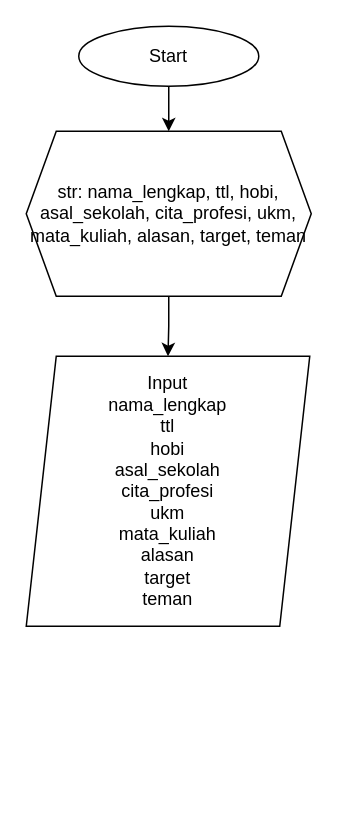
Above: AFL1_arsiskom.drawio in 1nnocentia/Flowchart (draw.io), before the change. Source tidied: cells renumbered, new cells numbered last; positions are measured from the earlier drawing's top-left corner, leaving out a move shared by most shapes. Both pictures are drawn from the tidied source at 150%, with x=0, y=0 at pixel (26, 26).
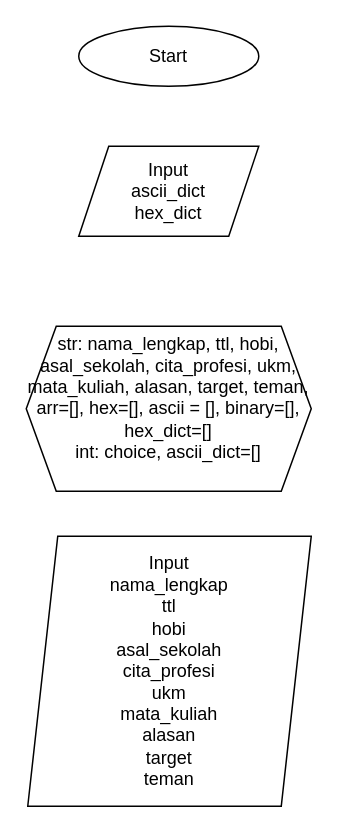
The same page after the edit.

Diff of the diagram source:
```diff
@@
 <mxGraphModel>
   <root>
     <mxCell id="0" />
     <mxCell id="1" parent="0" />
-    <mxCell id="2" style="edgeStyle=orthogonalEdgeStyle;rounded=0;jettySize=auto;html=1;" parent="1" edge="1" source="3" target="5">
-      <mxGeometry relative="1" as="geometry" />
-    </mxCell>
     <mxCell id="3" value="Start" style="ellipse;whiteSpace=wrap;html=1;" parent="1" vertex="1">
       <mxGeometry x="35" width="120" height="40" as="geometry" />
     </mxCell>
-    <mxCell id="4" style="edgeStyle=orthogonalEdgeStyle;rounded=0;jettySize=auto;html=1;" parent="1" edge="1" source="5" target="6">
-      <mxGeometry relative="1" as="geometry" />
-    </mxCell>
-    <mxCell id="5" value="str: nama_lengkap, ttl, hobi, asal_sekolah, cita_profesi, ukm, mata_kuliah, alasan, target, teman" style="shape=hexagon;perimeter=hexagonPerimeter2;whiteSpace=wrap;html=1;fixedSize=1;" parent="1" vertex="1">
-      <mxGeometry y="70" width="190" height="110" as="geometry" />
+    <mxCell id="5" value="&lt;div&gt;str: nama_lengkap, ttl, hobi, asal_sekolah, cita_profesi, ukm, mata_kuliah, alasan, target, teman, arr=[], hex=[], ascii = [], binary=[], hex_dict=[]&lt;/div&gt;&lt;div&gt;int: choice, ascii_dict=[]&lt;/div&gt;&lt;div&gt;&lt;br&gt;&lt;/div&gt;" style="shape=hexagon;perimeter=hexagonPerimeter2;whiteSpace=wrap;html=1;fixedSize=1;" parent="1" vertex="1">
+      <mxGeometry y="200" width="190" height="110" as="geometry" />
     </mxCell>
     <mxCell id="6" value="Input&lt;div&gt;nama_lengkap&lt;/div&gt;&lt;div&gt;ttl&lt;/div&gt;&lt;div&gt;hobi&lt;/div&gt;&lt;div&gt;asal_sekolah&lt;/div&gt;&lt;div&gt;cita_profesi&lt;/div&gt;&lt;div&gt;ukm&lt;/div&gt;&lt;div&gt;mata_kuliah&lt;/div&gt;&lt;div&gt;alasan&lt;/div&gt;&lt;div&gt;target&lt;/div&gt;&lt;div&gt;teman&lt;/div&gt;" style="shape=parallelogram;perimeter=parallelogramPerimeter;whiteSpace=wrap;html=1;fixedSize=1;" parent="1" vertex="1">
-      <mxGeometry y="220" width="189" height="180" as="geometry" />
+      <mxGeometry x="1" y="340" width="189" height="180" as="geometry" />
     </mxCell>
+    <mxCell id="7" value="Input&lt;div&gt;ascii_dict&lt;/div&gt;&lt;div&gt;hex_dict&lt;/div&gt;" style="shape=parallelogram;perimeter=parallelogramPerimeter;whiteSpace=wrap;html=1;fixedSize=1;" parent="1" vertex="1">
+      <mxGeometry x="35" y="80" width="120" height="60" as="geometry" />
+    </mxCell>
   </root>
 </mxGraphModel>
```
